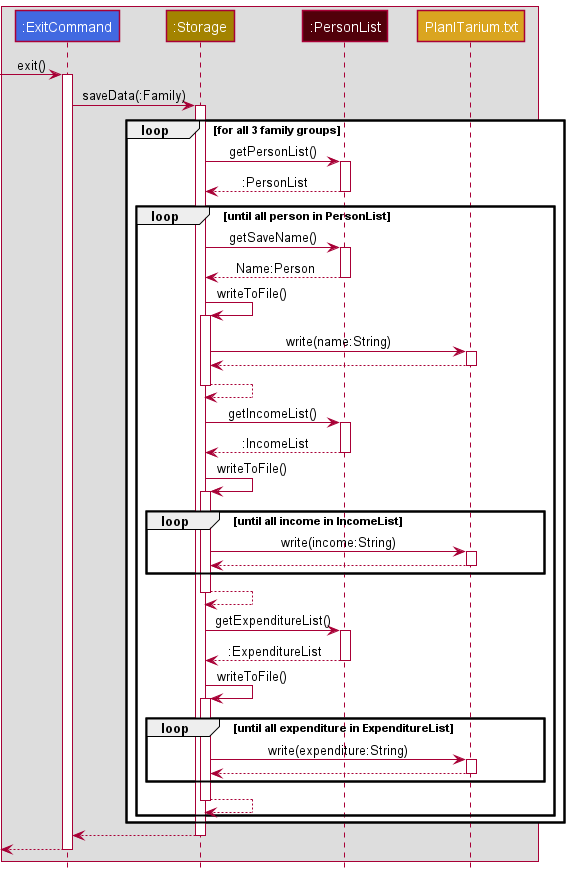
This is docs/images/StorageSaveSequence.png from nus-cs2113-AY2122S2/tp, a PlantUML export, as it was before one commit.
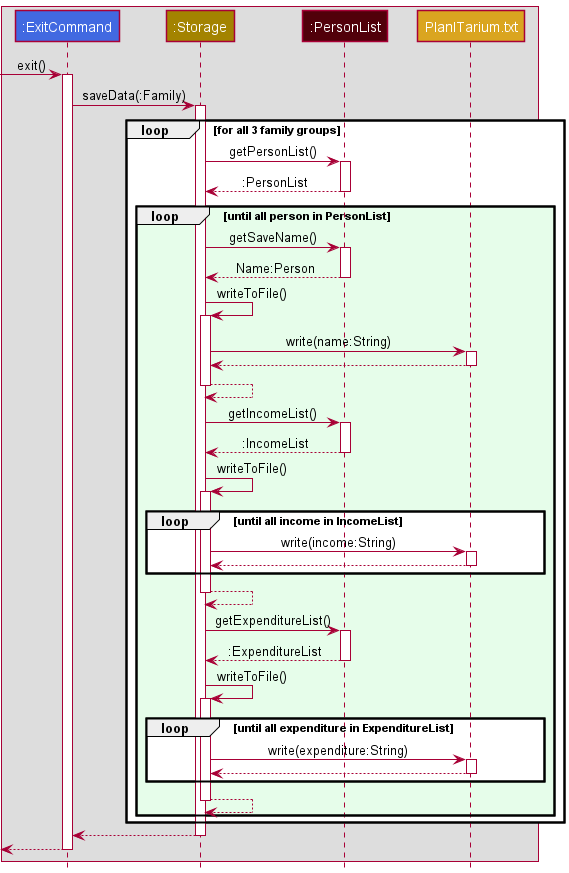
The same diagram one commit later.

Commit message:
Update DG phrasing and diagrams

The edit, as a diff of the source:
```diff
@@ -18,7 +18,7 @@
 activate PersonList
 PersonList --> Storage: :PersonList
 deactivate PersonList
-    loop until all person in PersonList
+    loop LOOP_COLOR until all person in PersonList
         Storage -> PersonList: getSaveName()
         activate PersonList
         PersonList --> Storage: Name:Person
```
